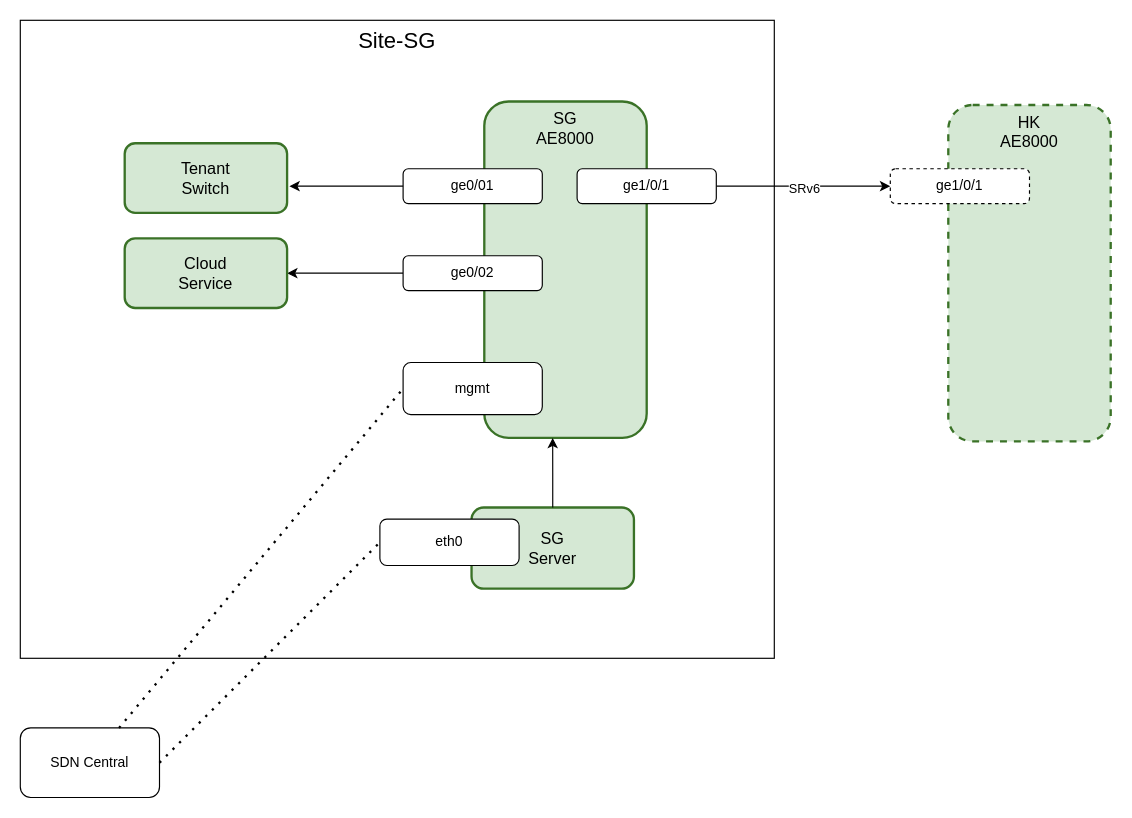
Before: page "Overlayer-mgmt" (4 of 6) of arc.drawio in seansuming/ags-sdn-arc, a draw.io diagram. Source tidied: cells renumbered, new cells numbered last; positions are measured from the earlier drawing's top-left corner, leaving out a move shared by most shapes. Both pictures are drawn from the tidied source at 116%, with x=0, y=0 at pixel (20, 20).
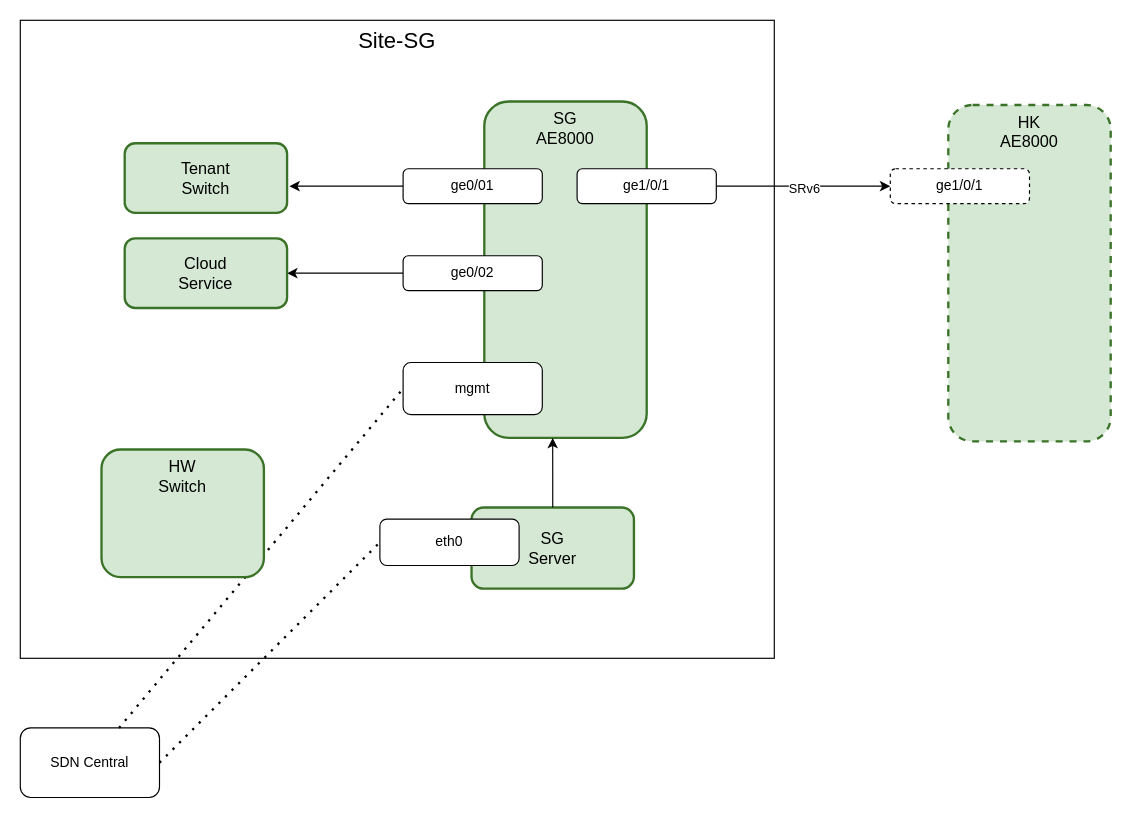
Above is the later version.

The edit, as a diff of the source:
```diff
@@
+    <mxCell id="22" value="HW&lt;div&gt;Switch&lt;/div&gt;" style="rounded=1;whiteSpace=wrap;html=1;fillColor=#d5e8d4;strokeColor=#3a7227;strokeWidth=2;fontSize=14;verticalAlign=top;" parent="1" vertex="1">
+      <mxGeometry x="70" y="370" width="140" height="110" as="geometry" />
+    </mxCell>
```
